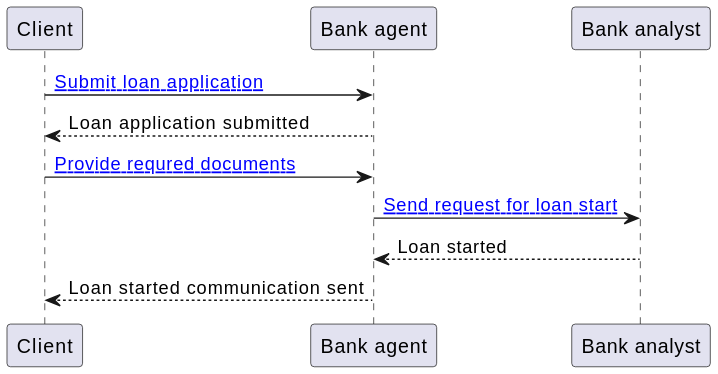
PawelJaworski/ddd-loan-application keeps this PlantUML diagram as model/activity_diagram.svg. Above is the earlier version.
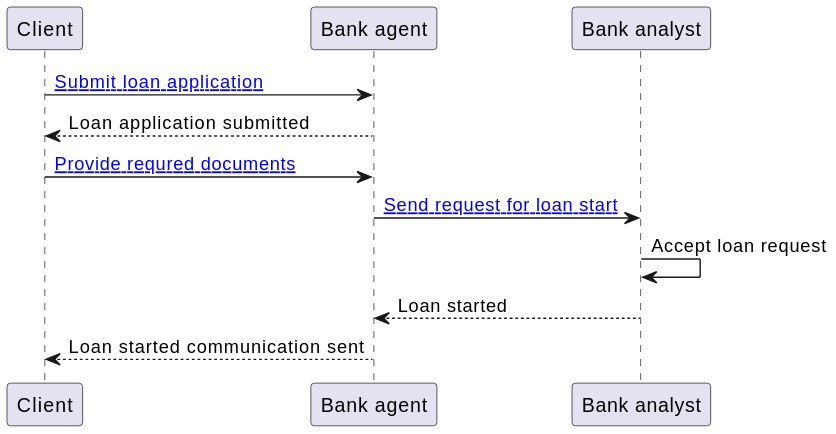
After the change.

What changed in the source:
```diff
@@ -3,6 +3,7 @@
 "Bank agent" --> "Client" : Loan application submitted
 Client -> "Bank agent" : [[https://github.com/PawelJaworski/ddd-loan-application/blob/master/src/main/java/pl/javorek/ddd/service/applicationforloan/application/cmd/ApplicationForALoanCmdFacade.java#L38 Provide requred documents]]
 "Bank agent" -> "Bank analyst" : [[https://github.com/PawelJaworski/ddd-loan-application/blob/master/src/main/java/pl/javorek/ddd/service/applicationforloan/application/cmd/ApplicationForALoanCmdFacade.java#L38 Send request for loan start]]
+"Bank analyst" -> "Bank analyst" : Accept loan request
 "Bank analyst" --> "Bank agent" : Loan started
 "Bank agent" --> "Client" : Loan started communication sent
 @enduml
```
